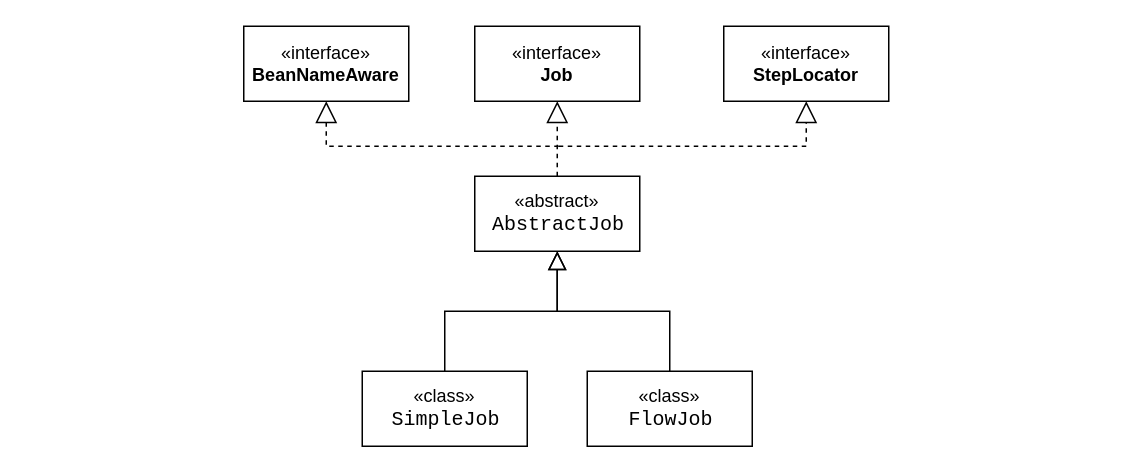
kd0547/- keeps this draw.io diagram as job.drawio. Above is the earlier version. Source tidied: cells renumbered, new cells numbered last; positions are measured from the earlier drawing's top-left corner, leaving out a move shared by most shapes. Both pictures are drawn from the tidied source at 150%, with x=0, y=0 at pixel (243, 26).
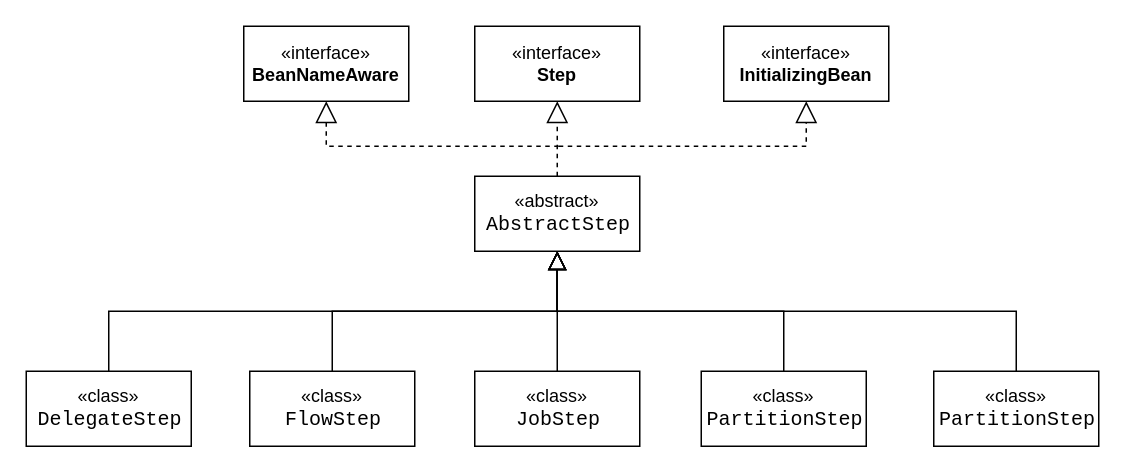
The same page after the edit.

Change to the diagram source:
```diff
@@
-    <mxCell id="2" value="«abstract»&lt;br&gt;&lt;div style=&quot;padding: 0px 0px 0px 2px;&quot;&gt;&lt;div style=&quot;font-family: &amp;quot;Courier New&amp;quot;; font-size: 10pt;&quot;&gt;&lt;p style=&quot;margin: 0px;&quot;&gt;AbstractJob&lt;/p&gt;&lt;/div&gt;&lt;/div&gt;" style="html=1;whiteSpace=wrap;" parent="1" vertex="1">
+    <mxCell id="2" value="«abstract»&lt;br&gt;&lt;div style=&quot;padding: 0px 0px 0px 2px;&quot;&gt;&lt;div style=&quot;font-family: &amp;quot;Courier New&amp;quot;; font-size: 10pt;&quot;&gt;&lt;p style=&quot;margin: 0px;&quot;&gt;AbstractStep&lt;/p&gt;&lt;/div&gt;&lt;/div&gt;" style="html=1;whiteSpace=wrap;" parent="1" vertex="1">
       <mxGeometry x="154" y="100" width="110" height="50" as="geometry" />
     </mxCell>
-    <mxCell id="3" value="«class»&lt;br&gt;&lt;div style=&quot;padding: 0px 0px 0px 2px;&quot;&gt;&lt;div style=&quot;font-family: &amp;quot;Courier New&amp;quot;; font-size: 10pt;&quot;&gt;&lt;p style=&quot;margin: 0px;&quot;&gt;SimpleJob&lt;/p&gt;&lt;/div&gt;&lt;/div&gt;" style="html=1;whiteSpace=wrap;" parent="1" vertex="1">
-      <mxGeometry x="79" y="230" width="110" height="50" as="geometry" />
+    <mxCell id="3" value="«class»&lt;br&gt;&lt;div style=&quot;padding: 0px 0px 0px 2px;&quot;&gt;&lt;div style=&quot;font-family: &amp;quot;Courier New&amp;quot;; font-size: 10pt;&quot;&gt;&lt;p style=&quot;margin: 0px;&quot;&gt;FlowStep&lt;/p&gt;&lt;/div&gt;&lt;/div&gt;" style="html=1;whiteSpace=wrap;" parent="1" vertex="1">
+      <mxGeometry x="4" y="230" width="110" height="50" as="geometry" />
     </mxCell>
@@
-    <mxCell id="5" value="«interface»&lt;br&gt;&lt;b&gt;Job&lt;/b&gt;" style="html=1;whiteSpace=wrap;" parent="1" vertex="1">
+    <mxCell id="5" value="«interface»&lt;br&gt;&lt;b&gt;Step&lt;/b&gt;" style="html=1;whiteSpace=wrap;" parent="1" vertex="1">
       <mxGeometry x="154" width="110" height="50" as="geometry" />
     </mxCell>
-    <mxCell id="6" value="«class»&lt;br&gt;&lt;div style=&quot;padding: 0px 0px 0px 2px;&quot;&gt;&lt;div style=&quot;font-family: &amp;quot;Courier New&amp;quot;; font-size: 10pt;&quot;&gt;&lt;p style=&quot;margin: 0px;&quot;&gt;FlowJob&lt;/p&gt;&lt;/div&gt;&lt;/div&gt;" style="html=1;whiteSpace=wrap;" parent="1" vertex="1">
-      <mxGeometry x="229" y="230" width="110" height="50" as="geometry" />
+    <mxCell id="6" value="«class»&lt;br&gt;&lt;div style=&quot;padding: 0px 0px 0px 2px;&quot;&gt;&lt;div style=&quot;font-family: &amp;quot;Courier New&amp;quot;; font-size: 10pt;&quot;&gt;&lt;p style=&quot;margin: 0px;&quot;&gt;JobStep&lt;/p&gt;&lt;/div&gt;&lt;/div&gt;" style="html=1;whiteSpace=wrap;" parent="1" vertex="1">
+      <mxGeometry x="154" y="230" width="110" height="50" as="geometry" />
     </mxCell>
@@
-    <mxCell id="10" value="«interface»&lt;br&gt;&lt;b&gt;StepLocator&lt;/b&gt;" style="html=1;whiteSpace=wrap;" parent="1" vertex="1">
+    <mxCell id="10" value="«interface»&lt;br&gt;&lt;b&gt;InitializingBean&lt;/b&gt;" style="html=1;whiteSpace=wrap;" parent="1" vertex="1">
       <mxGeometry x="320" width="110" height="50" as="geometry" />
     </mxCell>
@@
+    <mxCell id="13" value="«class»&lt;br&gt;&lt;div style=&quot;padding: 0px 0px 0px 2px;&quot;&gt;&lt;div style=&quot;font-family: &amp;quot;Courier New&amp;quot;; font-size: 10pt;&quot;&gt;&lt;p style=&quot;margin: 0px;&quot;&gt;PartitionStep&lt;/p&gt;&lt;/div&gt;&lt;/div&gt;" style="html=1;whiteSpace=wrap;" parent="1" vertex="1">
+      <mxGeometry x="305" y="230" width="110" height="50" as="geometry" />
+    </mxCell>
+    <mxCell id="14" value="«class»&lt;br&gt;&lt;div style=&quot;padding: 0px 0px 0px 2px;&quot;&gt;&lt;div style=&quot;font-family: &amp;quot;Courier New&amp;quot;; font-size: 10pt;&quot;&gt;&lt;p style=&quot;margin: 0px;&quot;&gt;DelegateStep&lt;/p&gt;&lt;/div&gt;&lt;/div&gt;" style="html=1;whiteSpace=wrap;" parent="1" vertex="1">
+      <mxGeometry x="-145" y="230" width="110" height="50" as="geometry" />
+    </mxCell>
+    <mxCell id="15" value="«class»&lt;br&gt;&lt;div style=&quot;padding: 0px 0px 0px 2px;&quot;&gt;&lt;div style=&quot;font-family: &amp;quot;Courier New&amp;quot;; font-size: 10pt;&quot;&gt;&lt;p style=&quot;margin: 0px;&quot;&gt;PartitionStep&lt;/p&gt;&lt;/div&gt;&lt;/div&gt;" style="html=1;whiteSpace=wrap;" parent="1" vertex="1">
+      <mxGeometry x="460" y="230" width="110" height="50" as="geometry" />
+    </mxCell>
+    <mxCell id="16" style="endArrow=block;endSize=10;endFill=0;shadow=0;strokeWidth=1;rounded=0;edgeStyle=elbowEdgeStyle;elbow=vertical;entryX=0.5;entryY=1;entryDx=0;entryDy=0;" parent="1" edge="1" source="14" target="2">
+      <mxGeometry relative="1" as="geometry">
+        <Array as="points">
+          <mxPoint x="160" y="190" />
+        </Array>
+      </mxGeometry>
+    </mxCell>
+    <mxCell id="17" style="endArrow=block;endSize=10;endFill=0;shadow=0;strokeWidth=1;rounded=0;edgeStyle=elbowEdgeStyle;elbow=vertical;" parent="1" edge="1" source="13" target="2">
+      <mxGeometry relative="1" as="geometry" />
+    </mxCell>
+    <mxCell id="18" style="endArrow=block;endSize=10;endFill=0;shadow=0;strokeWidth=1;rounded=0;edgeStyle=elbowEdgeStyle;elbow=vertical;" parent="1" edge="1" source="15" target="2">
+      <mxGeometry relative="1" as="geometry" />
+    </mxCell>
```
